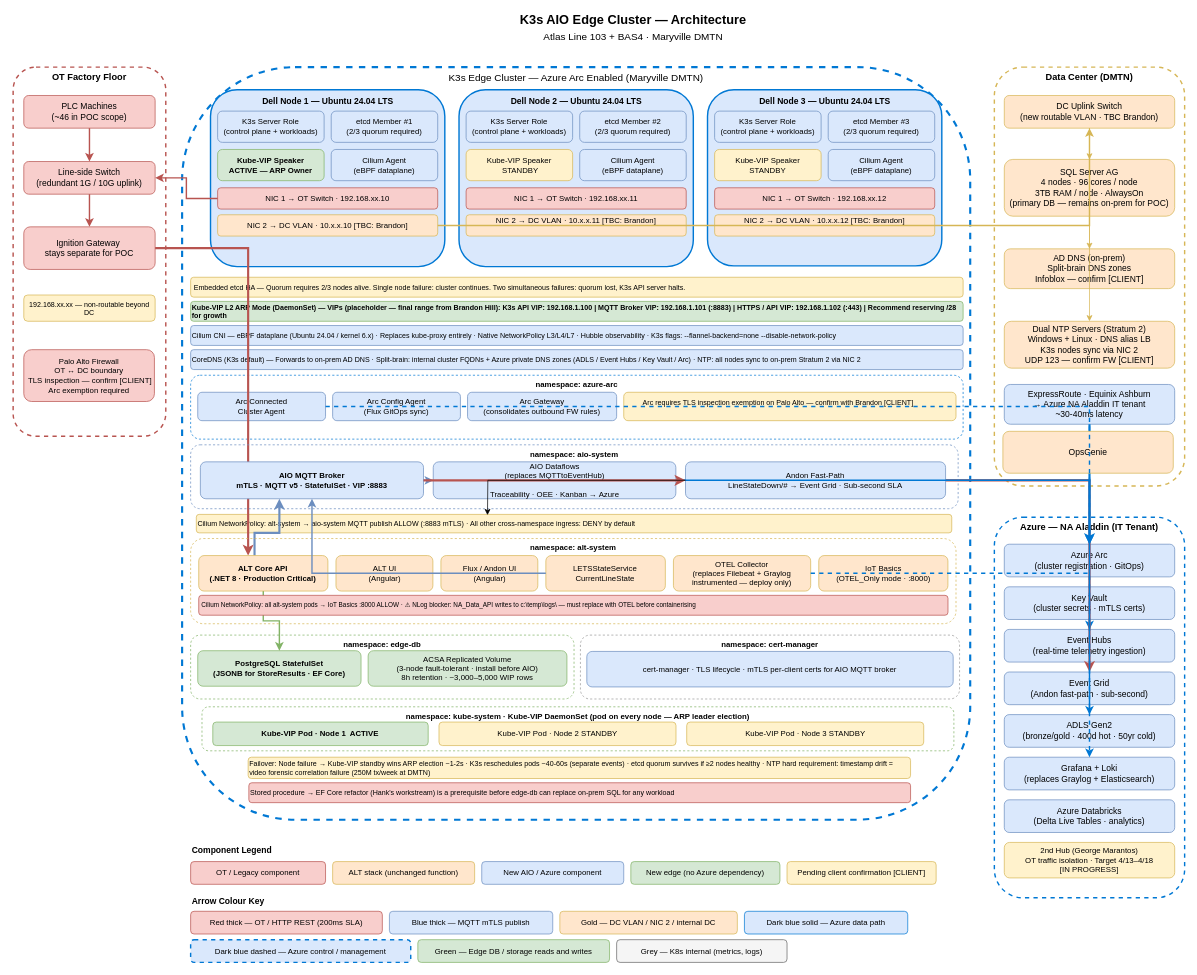
This is page "Architecture" (1 of 5) of aio/AIO.drawio from avinashr-insight/manufacturing-iot, a draw.io file, before an edit. Source tidied: cells renumbered, new cells numbered last; positions are measured from the earlier drawing's top-left corner, leaving out a move shared by most shapes. Both pictures are drawn from the tidied source at 71%, with x=0, y=0 at pixel (13, 12).
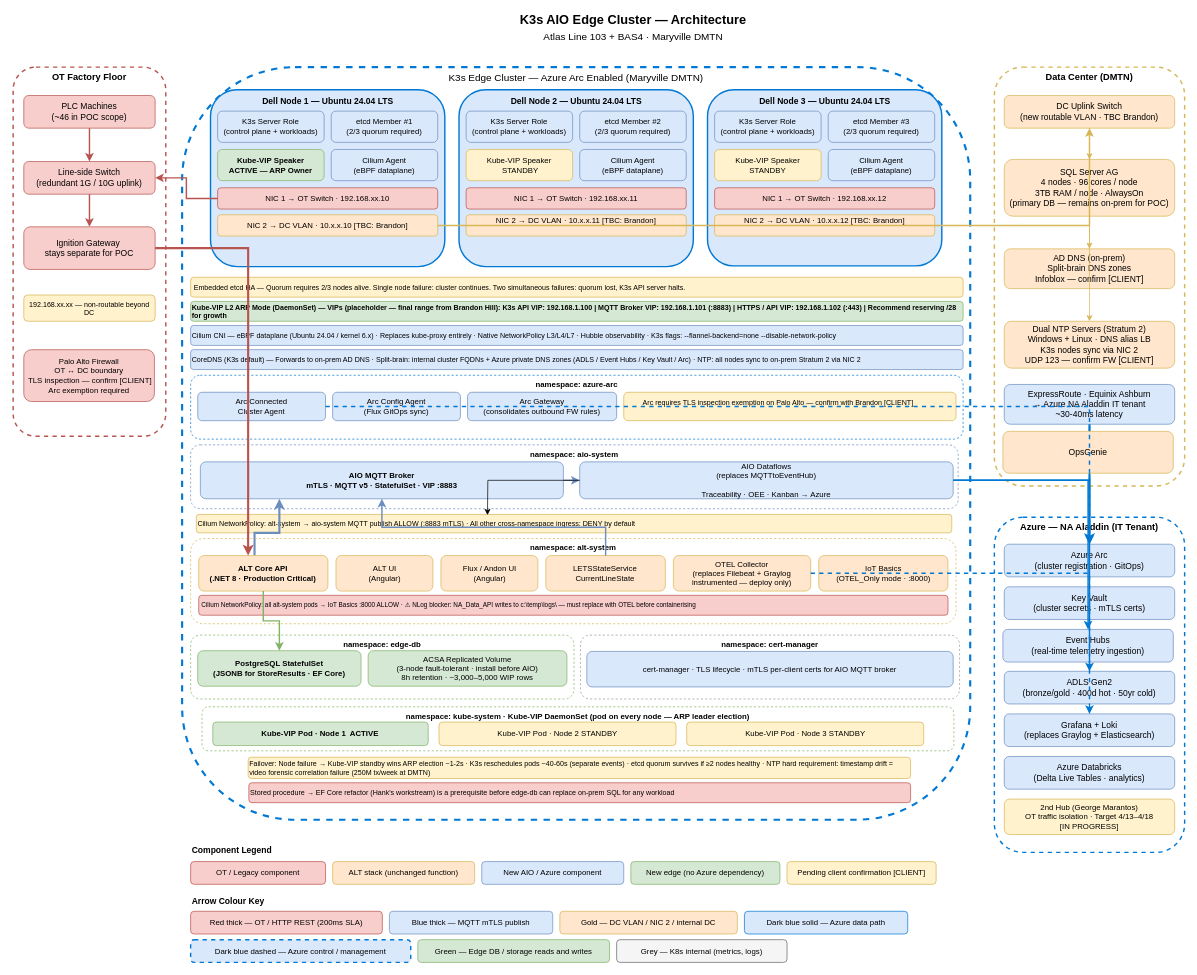
Above is the later version.

Commit message (it also covers changes not shown here):
cleanup eventgrid/andon

Unchanged cells that the change refers to:
```xml
<mxCell id="6" value="Ignition Gateway&amp;nbsp;&lt;div&gt;stays separate for POC&lt;/div&gt;" style="rounded=1;whiteSpace=wrap;html=1;fillColor=#f8cecc;strokeColor=#b85450;fontSize=12;" parent="1" vertex="1">
  <mxGeometry x="15" y="302" width="185" height="60" as="geometry" />
</mxCell>
<mxCell id="45" value="PostgreSQL StatefulSet&#10;(JSONB for StoreResults · EF Core)" style="rounded=1;whiteSpace=wrap;html=1;fillColor=#d5e8d4;strokeColor=#82b366;fontSize=11;fontStyle=1;" parent="1" vertex="1">
  <mxGeometry x="260" y="899" width="230" height="50" as="geometry" />
</mxCell>
<mxCell id="93" style="group;" parent="1" vertex="1">
  <mxGeometry x="250" y="609" width="1081" height="90" as="geometry" />
</mxCell>
<mxCell id="110" value="ALT Core API&#10;(.NET 8 · Production Critical)" style="rounded=1;whiteSpace=wrap;html=1;fillColor=#ffe6cc;strokeColor=#d6b656;fontSize=11;fontStyle=1;" parent="108" vertex="1">
  <mxGeometry x="11.4" y="24" width="181.9" height="50" as="geometry" />
</mxCell>
```

The edit, as a diff of the source:
```diff
@@
     <mxCell id="57" value="Azure — NA Aladdin (IT Tenant)" style="rounded=1;whiteSpace=wrap;html=1;fillColor=none;strokeColor=#0078d4;dashed=1;fontSize=13;fontStyle=1;verticalAlign=top;strokeWidth=2;" parent="1" vertex="1">
-      <mxGeometry x="1382" y="711" width="268" height="536" as="geometry" />
+      <mxGeometry x="1382" y="711" width="268" height="472" as="geometry" />
     </mxCell>
@@
     <mxCell id="60" value="Event Hubs&#10;(real-time telemetry ingestion)" style="rounded=1;whiteSpace=wrap;html=1;fillColor=#dae8fc;strokeColor=#6c8ebf;fontSize=12;" parent="1" vertex="1">
-      <mxGeometry x="1396" y="869" width="240" height="46" as="geometry" />
+      <mxGeometry x="1394" y="869" width="240" height="46" as="geometry" />
     </mxCell>
-    <mxCell id="61" value="Event Grid&#10;(Andon fast-path · sub-second)" style="rounded=1;whiteSpace=wrap;html=1;fillColor=#dae8fc;strokeColor=#6c8ebf;fontSize=12;" parent="1" vertex="1">
-      <mxGeometry x="1396" y="929" width="240" height="46" as="geometry" />
-    </mxCell>
     <mxCell id="62" value="ADLS Gen2&#10;(bronze/gold · 400d hot · 50yr cold)" style="rounded=1;whiteSpace=wrap;html=1;fillColor=#dae8fc;strokeColor=#6c8ebf;fontSize=12;" parent="1" vertex="1">
-      <mxGeometry x="1396" y="989" width="240" height="46" as="geometry" />
+      <mxGeometry x="1396" y="928" width="240" height="46" as="geometry" />
     </mxCell>
     <mxCell id="63" value="Grafana + Loki&lt;br&gt;(replaces Graylog + Elasticsearch)" style="rounded=1;whiteSpace=wrap;html=1;fillColor=#dae8fc;strokeColor=#6c8ebf;fontSize=12;" parent="1" vertex="1">
-      <mxGeometry x="1396" y="1049" width="240" height="46" as="geometry" />
+      <mxGeometry x="1396" y="988" width="240" height="46" as="geometry" />
     </mxCell>
     <mxCell id="64" value="Azure Databricks&#10;(Delta Live Tables · analytics)" style="rounded=1;whiteSpace=wrap;html=1;fillColor=#dae8fc;strokeColor=#6c8ebf;fontSize=12;" parent="1" vertex="1">
-      <mxGeometry x="1396" y="1109" width="240" height="46" as="geometry" />
+      <mxGeometry x="1396" y="1048" width="240" height="46" as="geometry" />
     </mxCell>
     <mxCell id="65" value="2nd Hub (George Marantos)&#10;OT traffic isolation · Target 4/13–4/18&#10;[IN PROGRESS]" style="rounded=1;whiteSpace=wrap;html=1;fillColor=#fff2cc;strokeColor=#d6b656;fontSize=11;" parent="1" vertex="1">
-      <mxGeometry x="1396" y="1169" width="240" height="50" as="geometry" />
+      <mxGeometry x="1396" y="1108" width="240" height="50" as="geometry" />
     </mxCell>
@@
-    <mxCell id="68" style="edgeStyle=orthogonalEdgeStyle;rounded=0;html=1;strokeColor=#b85450;strokeWidth=3;" parent="1" edge="1" source="6" target="110">
-      <mxGeometry relative="1" as="geometry">
-        <Array as="points">
-          <mxPoint x="331" y="332" />
-        </Array>
-      </mxGeometry>
-    </mxCell>
@@
-    <mxCell id="72" style="edgeStyle=orthogonalEdgeStyle;rounded=0;html=1;strokeColor=#82b366;strokeWidth=2;" parent="1" edge="1" source="110" target="45">
-      <mxGeometry relative="1" as="geometry" />
-    </mxCell>
@@
-    <mxCell id="74" style="edgeStyle=orthogonalEdgeStyle;rounded=0;html=1;strokeColor=#b85450;strokeWidth=3;" parent="1" edge="1" source="97" target="61">
-      <mxGeometry relative="1" as="geometry" />
-    </mxCell>
@@
     <mxCell id="95" value="AIO MQTT Broker&#10;mTLS · MQTT v5 · StatefulSet · VIP :8883" style="rounded=1;whiteSpace=wrap;html=1;fillColor=#dae8fc;strokeColor=#6c8ebf;fontSize=11;fontStyle=1;" parent="93" vertex="1">
-      <mxGeometry x="13.7" y="24" width="314.3" height="52" as="geometry" />
+      <mxGeometry x="13.7" y="24" width="511.3" height="52" as="geometry" />
     </mxCell>
     <mxCell id="96" value="AIO Dataflows&lt;br&gt;(replaces MQTTtoEventHub)&lt;div&gt;&lt;br&gt;Traceability · OEE · Kanban → Azure&lt;/div&gt;" style="rounded=1;whiteSpace=wrap;html=1;fillColor=#dae8fc;strokeColor=#6c8ebf;fontSize=11;" parent="93" vertex="1">
-      <mxGeometry x="341.7" y="24" width="341.7" height="52" as="geometry" />
+      <mxGeometry x="548" y="24" width="526" height="52" as="geometry" />
     </mxCell>
-    <mxCell id="97" value="Andon Fast-Path&#10;LineStateDown/# → Event Grid · Sub-second SLA" style="rounded=1;whiteSpace=wrap;html=1;fillColor=#dae8fc;strokeColor=#6c8ebf;fontSize=11;" parent="93" vertex="1">
-      <mxGeometry x="697" y="24" width="366.3" height="52" as="geometry" />
-    </mxCell>
@@
-    <mxCell id="100" style="edgeStyle=orthogonalEdgeStyle;rounded=1;html=1;strokeColor=#b85450;strokeWidth=3;curved=0;" parent="93" edge="1" source="95" target="97">
-      <mxGeometry relative="1" as="geometry" />
-    </mxCell>
-    <mxCell id="101" style="edgeStyle=orthogonalEdgeStyle;rounded=0;jettySize=auto;html=1;" parent="1" edge="1" source="97">
+    <mxCell id="101" style="edgeStyle=orthogonalEdgeStyle;rounded=0;jettySize=auto;html=1;exitX=0;exitY=0.5;exitDx=0;exitDy=0;" parent="1" edge="1" source="96">
       <mxGeometry relative="1" as="geometry">
         <mxPoint x="668.1" y="708" as="targetPoint" />
       </mxGeometry>
     </mxCell>
@@
+    <mxCell id="68" style="edgeStyle=orthogonalEdgeStyle;rounded=0;html=1;strokeColor=#b85450;strokeWidth=3;" parent="1" edge="1" source="6" target="110">
+      <mxGeometry relative="1" as="geometry">
+        <Array as="points">
+          <mxPoint x="331" y="332" />
+        </Array>
+      </mxGeometry>
+    </mxCell>
+    <mxCell id="72" style="edgeStyle=orthogonalEdgeStyle;rounded=0;html=1;strokeColor=#82b366;strokeWidth=2;" parent="1" edge="1" source="110" target="45">
+      <mxGeometry relative="1" as="geometry" />
+    </mxCell>
```
